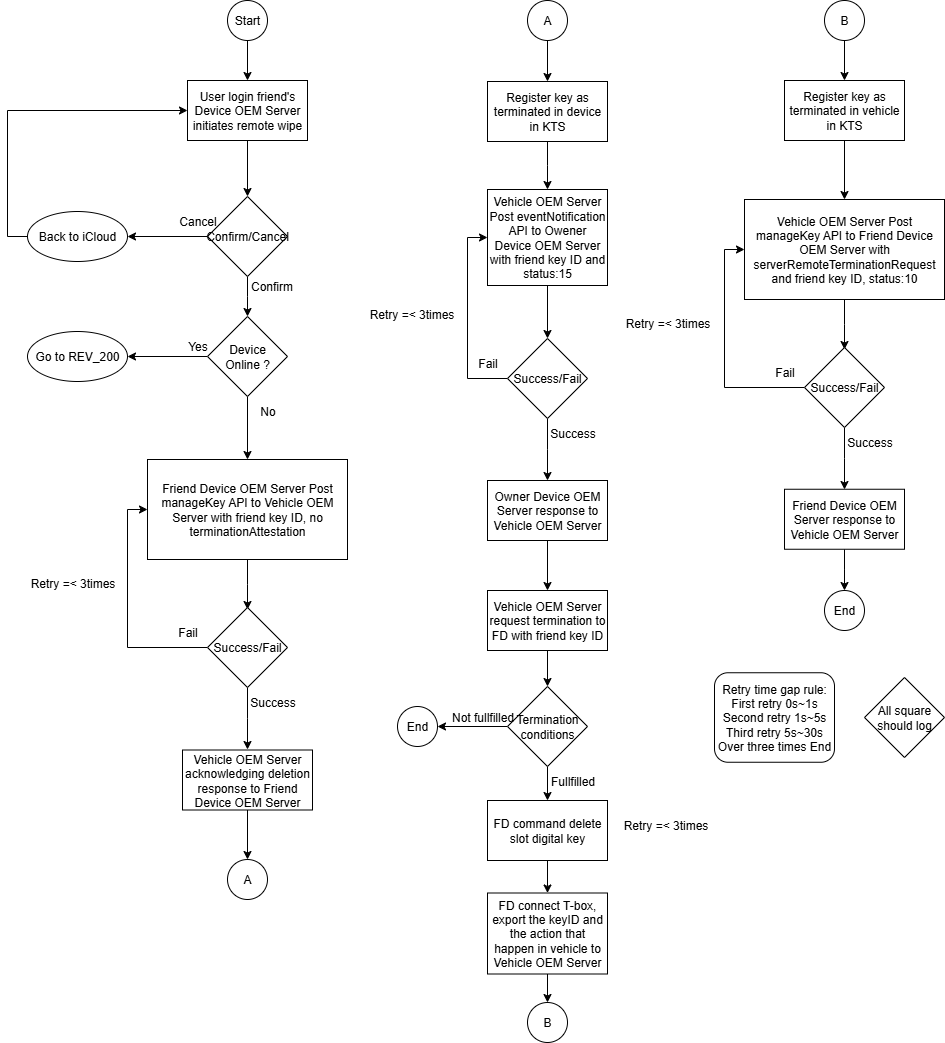
This is REV_170_Friend key termination due to remote wipe of device.drawio.png from LaurenHsu31/DKC, a draw.io export, as it was before one commit. Source tidied: cells renumbered, new cells last; positions are measured from the earlier drawing's top-left corner, leaving out a move shared by most shapes.
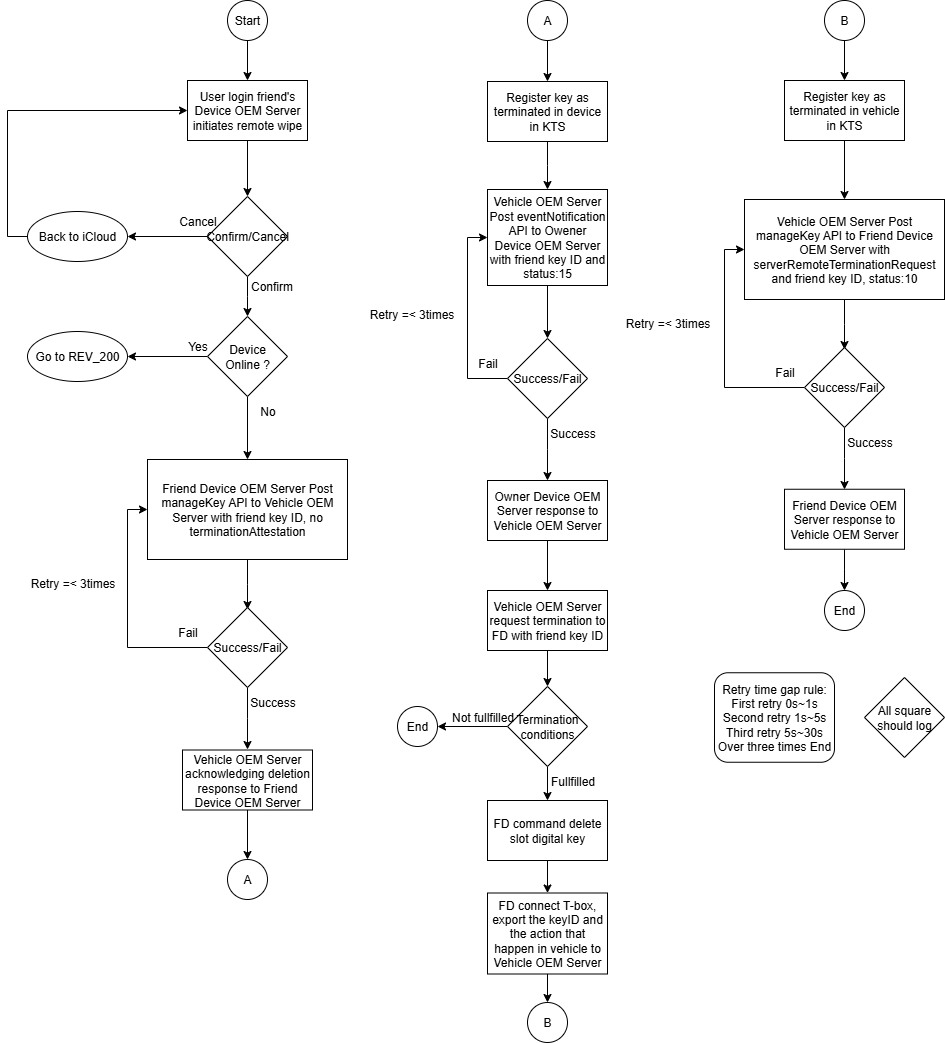
The same file after the commit.

Diff of the diagram source:
```diff
@@ -210,9 +210,6 @@
     <mxCell id="65" value="Friend Device OEM Server response to Vehicle OEM Server" style="rounded=0;whiteSpace=wrap;html=1;" parent="1" vertex="1">
       <mxGeometry x="767" y="488.8" width="120" height="60" as="geometry" />
     </mxCell>
-    <mxCell id="66" value="Retry =&amp;lt; 3times" style="text;html=1;align=center;verticalAlign=middle;strokeColor=none;fillColor=none;" parent="1" vertex="1">
-      <mxGeometry x="593" y="810" width="110" height="30" as="geometry" />
-    </mxCell>
     <mxCell id="67" style="edgeStyle=orthogonalEdgeStyle;rounded=0;jettySize=auto;html=1;exitX=0;exitY=0.5;exitDx=0;exitDy=0;entryX=1;entryY=0.5;entryDx=0;entryDy=0;" parent="1" edge="1" source="69" target="73">
       <mxGeometry relative="1" as="geometry" />
     </mxCell>
```
